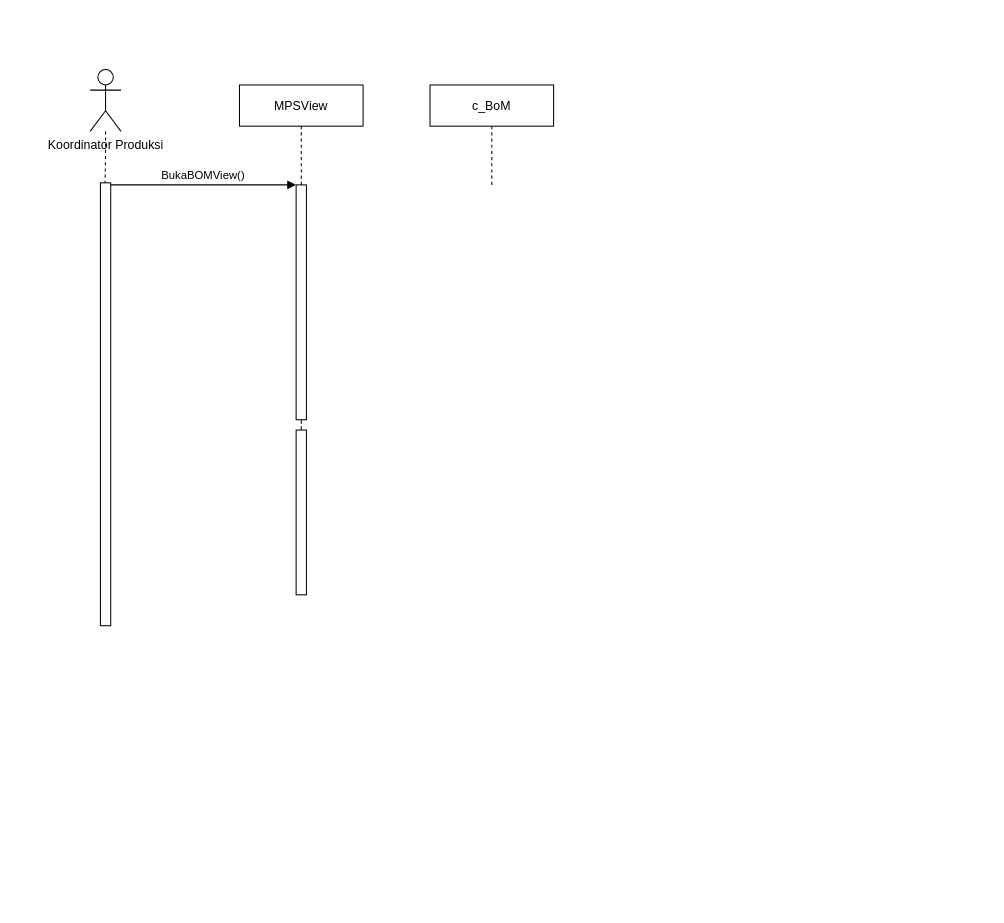
Above: page "Mengelola Data Bill of Material" (4 of 4) of Diagram Tanpa Judul.drawio in juanangelaalma/uml (draw.io), before the change. Source tidied: cells renumbered, new cells numbered last; positions are measured from the earlier drawing's top-left corner, leaving out a move shared by most shapes. Both pictures are drawn from the tidied source at 103%, with x=0, y=0 at pixel (90, 69).
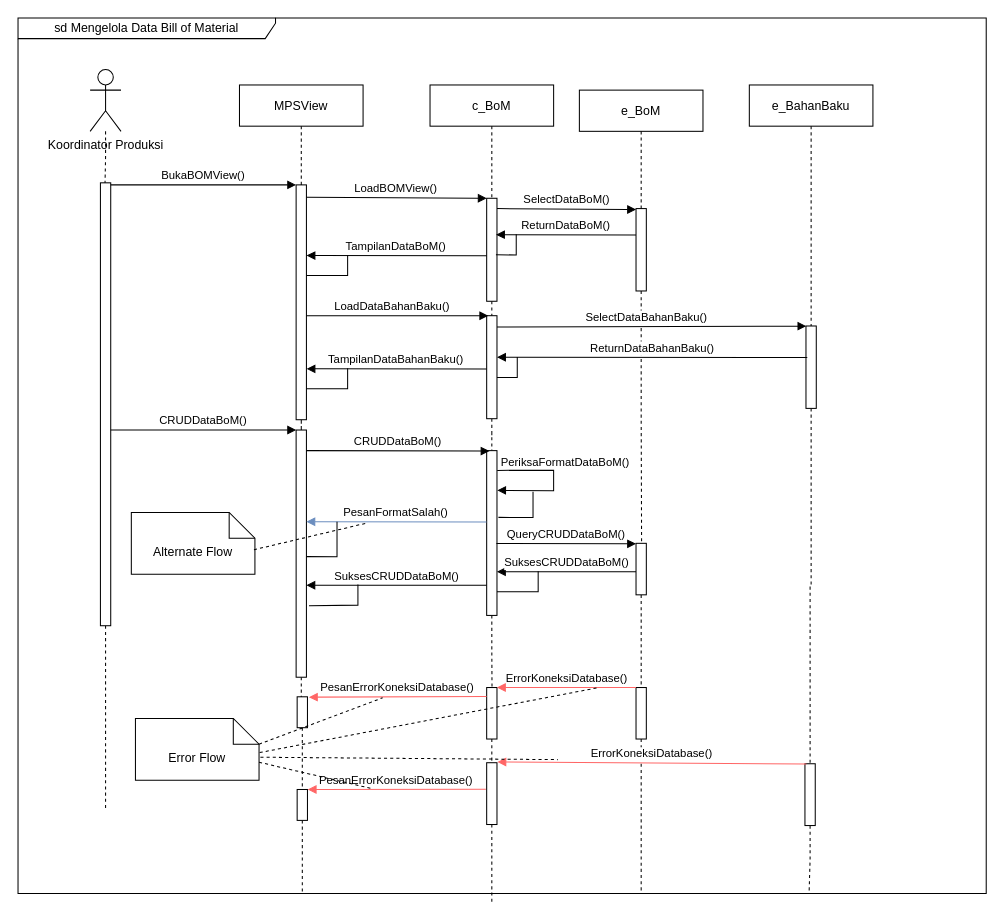
The same page after the edit.

The change refers to these unchanged cells:
```xml
<mxCell id="4" style="points=[];perimeter=orthogonalPerimeter;rounded=0;shadow=0;strokeWidth=1;" parent="1" vertex="1">
  <mxGeometry x="10" y="110" width="10" height="430" as="geometry" />
</mxCell>
<mxCell id="6" style="points=[];perimeter=orthogonalPerimeter;rounded=0;shadow=0;strokeWidth=1;" parent="1" vertex="1">
  <mxGeometry x="200" y="112" width="10" height="228" as="geometry" />
</mxCell>
```

The edit, as a diff of the source:
```diff
@@
+    <mxCell id="11" value="sd Mengelola Data Bill of Material" style="shape=umlFrame;whiteSpace=wrap;html=1;width=250;height=20;" parent="1" vertex="1">
+      <mxGeometry x="-70" y="-50" width="940" height="850" as="geometry" />
+    </mxCell>
@@
+    <mxCell id="12" style="edgeStyle=orthogonalEdgeStyle;rounded=0;jettySize=auto;html=1;startArrow=none;startFill=0;endArrow=none;endFill=0;dashed=1;" parent="1" edge="1" source="4">
+      <mxGeometry relative="1" as="geometry">
+        <mxPoint x="15" y="720" as="targetPoint" />
+      </mxGeometry>
+    </mxCell>
@@
+    <mxCell id="13" style="edgeStyle=orthogonalEdgeStyle;rounded=0;jettySize=auto;html=1;dashed=1;startArrow=none;startFill=0;endArrow=none;endFill=0;" parent="1" edge="1" source="9" target="53">
+      <mxGeometry relative="1" as="geometry" />
+    </mxCell>
     <mxCell id="9" style="points=[];perimeter=orthogonalPerimeter;rounded=0;shadow=0;strokeWidth=1;" parent="1" vertex="1">
-      <mxGeometry x="200" y="350" width="10" height="160" as="geometry" />
+      <mxGeometry x="200" y="350" width="10" height="240" as="geometry" />
     </mxCell>
     <mxCell id="10" value="c_BoM" style="shape=umlLifeline;perimeter=lifelinePerimeter;rounded=0;shadow=0;strokeWidth=1;" parent="1" vertex="1">
-      <mxGeometry x="330" y="15" width="120" height="100" as="geometry" />
+      <mxGeometry x="330" y="15" width="120" height="115" as="geometry" />
     </mxCell>
+    <mxCell id="14" value="LoadBOMView()" style="verticalAlign=bottom;endArrow=block;shadow=0;strokeWidth=1;exitX=1.007;exitY=0.053;exitDx=0;exitDy=0;exitPerimeter=0;" parent="10" edge="1" source="6">
+      <mxGeometry relative="1" as="geometry">
+        <mxPoint x="55" y="110" as="targetPoint" />
+      </mxGeometry>
+    </mxCell>
+    <mxCell id="15" value="CRUDDataBoM()" style="verticalAlign=bottom;endArrow=block;shadow=0;strokeWidth=1;exitX=1.015;exitY=-0.003;exitDx=0;exitDy=0;exitPerimeter=0;" parent="1" edge="1">
+      <mxGeometry relative="1" as="geometry">
+        <mxPoint x="20" y="350" as="sourcePoint" />
+        <mxPoint x="200" y="350" as="targetPoint" />
+      </mxGeometry>
+    </mxCell>
+    <mxCell id="16" style="edgeStyle=orthogonalEdgeStyle;rounded=0;jettySize=auto;html=1;entryX=0.423;entryY=0.005;entryDx=0;entryDy=0;entryPerimeter=0;dashed=1;startArrow=none;startFill=0;endArrow=none;endFill=0;" parent="1" edge="1" source="17" target="27">
+      <mxGeometry relative="1" as="geometry" />
+    </mxCell>
+    <mxCell id="17" style="points=[];perimeter=orthogonalPerimeter;rounded=0;shadow=0;strokeWidth=1;" parent="1" vertex="1">
+      <mxGeometry x="385" y="125" width="10" height="100" as="geometry" />
+    </mxCell>
+    <mxCell id="18" style="edgeStyle=orthogonalEdgeStyle;rounded=0;jettySize=auto;html=1;entryX=0.541;entryY=0.001;entryDx=0;entryDy=0;entryPerimeter=0;dashed=1;startArrow=none;startFill=0;endArrow=none;endFill=0;" parent="1" edge="1" source="19" target="41">
+      <mxGeometry relative="1" as="geometry" />
+    </mxCell>
+    <mxCell id="19" style="points=[];perimeter=orthogonalPerimeter;rounded=0;shadow=0;strokeWidth=1;" parent="1" vertex="1">
+      <mxGeometry x="530" y="135" width="10" height="80" as="geometry" />
+    </mxCell>
+    <mxCell id="20" value="SelectDataBoM()" style="verticalAlign=bottom;endArrow=block;shadow=0;strokeWidth=1;exitX=1.007;exitY=0.053;exitDx=0;exitDy=0;exitPerimeter=0;" parent="1" edge="1">
+      <mxGeometry relative="1" as="geometry">
+        <mxPoint x="395" y="135" as="sourcePoint" />
+        <mxPoint x="530" y="136" as="targetPoint" />
+      </mxGeometry>
+    </mxCell>
+    <mxCell id="21" value="ReturnDataBoM()" style="verticalAlign=bottom;endArrow=none;shadow=0;strokeWidth=1;endFill=0;startArrow=block;startFill=1;exitX=1.007;exitY=0.416;exitDx=0;exitDy=0;exitPerimeter=0;" parent="1" edge="1">
+      <mxGeometry relative="1" as="geometry">
+        <mxPoint x="394.1" y="160.3" as="sourcePoint" />
+        <mxPoint x="530" y="160.7" as="targetPoint" />
+      </mxGeometry>
+    </mxCell>
+    <mxCell id="22" style="endArrow=none;html=1;rounded=0;exitX=1.026;exitY=0.683;exitDx=0;exitDy=0;exitPerimeter=0;" parent="1" edge="1">
+      <mxGeometry relative="1" as="geometry">
+        <mxPoint x="394" y="179.9" as="sourcePoint" />
+        <mxPoint x="413.7" y="160" as="targetPoint" />
+        <Array as="points">
+          <mxPoint x="413.7" y="180" />
+        </Array>
+      </mxGeometry>
+    </mxCell>
+    <mxCell id="23" value="e_BahanBaku" style="shape=umlLifeline;perimeter=lifelinePerimeter;rounded=0;shadow=0;strokeWidth=1;" parent="1" vertex="1">
+      <mxGeometry x="640" y="15" width="120" height="235" as="geometry" />
+    </mxCell>
+    <mxCell id="24" value="TampilanDataBoM()" style="verticalAlign=bottom;endArrow=none;shadow=0;strokeWidth=1;endFill=0;startArrow=block;startFill=1;exitX=1.011;exitY=0.301;exitDx=0;exitDy=0;exitPerimeter=0;" parent="1" edge="1" source="6">
+      <mxGeometry relative="1" as="geometry">
+        <mxPoint x="385" y="180.7" as="targetPoint" />
+      </mxGeometry>
+    </mxCell>
+    <mxCell id="25" style="endArrow=none;html=1;rounded=0;" parent="1" edge="1">
+      <mxGeometry relative="1" as="geometry">
+        <mxPoint x="210" y="200" as="sourcePoint" />
+        <mxPoint x="250" y="180" as="targetPoint" />
+        <Array as="points">
+          <mxPoint x="250" y="200" />
+        </Array>
+      </mxGeometry>
+    </mxCell>
+    <mxCell id="26" style="edgeStyle=orthogonalEdgeStyle;rounded=0;jettySize=auto;html=1;dashed=1;startArrow=none;startFill=0;endArrow=none;endFill=0;" parent="1" edge="1" source="27" target="38">
+      <mxGeometry relative="1" as="geometry" />
+    </mxCell>
+    <mxCell id="27" style="points=[];perimeter=orthogonalPerimeter;rounded=0;shadow=0;strokeWidth=1;" parent="1" vertex="1">
+      <mxGeometry x="385" y="239" width="10" height="100" as="geometry" />
+    </mxCell>
+    <mxCell id="28" value="LoadDataBahanBaku()   " style="verticalAlign=bottom;endArrow=block;shadow=0;strokeWidth=1;entryX=0.152;entryY=0.001;entryDx=0;entryDy=0;entryPerimeter=0;" parent="1" edge="1" target="27">
+      <mxGeometry relative="1" as="geometry">
+        <mxPoint x="210" y="239" as="sourcePoint" />
+      </mxGeometry>
+    </mxCell>
+    <mxCell id="29" value="TampilanDataBahanBaku()" style="verticalAlign=bottom;endArrow=none;shadow=0;strokeWidth=1;endFill=0;startArrow=block;startFill=1;exitX=1.011;exitY=0.301;exitDx=0;exitDy=0;exitPerimeter=0;" parent="1" edge="1">
+      <mxGeometry relative="1" as="geometry">
+        <mxPoint x="210.1" y="290.6" as="sourcePoint" />
+        <mxPoint x="385" y="290.7" as="targetPoint" />
+      </mxGeometry>
+    </mxCell>
+    <mxCell id="30" style="endArrow=none;html=1;rounded=0;" parent="1" edge="1">
+      <mxGeometry relative="1" as="geometry">
+        <mxPoint x="210" y="310" as="sourcePoint" />
+        <mxPoint x="250" y="290" as="targetPoint" />
+        <Array as="points">
+          <mxPoint x="250" y="310" />
+        </Array>
+      </mxGeometry>
+    </mxCell>
+    <mxCell id="31" style="edgeStyle=orthogonalEdgeStyle;rounded=0;jettySize=auto;html=1;dashed=1;startArrow=none;startFill=0;endArrow=none;endFill=0;" parent="1" edge="1" source="32" target="62">
+      <mxGeometry relative="1" as="geometry" />
+    </mxCell>
+    <mxCell id="32" style="points=[];perimeter=orthogonalPerimeter;rounded=0;shadow=0;strokeWidth=1;" parent="1" vertex="1">
+      <mxGeometry x="695" y="249" width="10" height="80" as="geometry" />
+    </mxCell>
+    <mxCell id="33" value="SelectDataBahanBaku()   " style="verticalAlign=bottom;endArrow=block;shadow=0;strokeWidth=1;entryX=0.038;entryY=0.002;entryDx=0;entryDy=0;entryPerimeter=0;" parent="1" edge="1" target="32">
+      <mxGeometry relative="1" as="geometry">
+        <mxPoint x="395" y="250" as="sourcePoint" />
+      </mxGeometry>
+    </mxCell>
+    <mxCell id="34" value="ReturnDataBahanBaku()" style="verticalAlign=bottom;endArrow=none;shadow=0;strokeWidth=1;endFill=0;startArrow=block;startFill=1;exitX=1.007;exitY=0.416;exitDx=0;exitDy=0;exitPerimeter=0;entryX=0.126;entryY=0.383;entryDx=0;entryDy=0;entryPerimeter=0;" parent="1" edge="1" target="32">
+      <mxGeometry relative="1" as="geometry">
+        <mxPoint x="395.1" y="279.3" as="sourcePoint" />
+      </mxGeometry>
+    </mxCell>
+    <mxCell id="35" style="endArrow=none;html=1;rounded=0;exitX=1.026;exitY=0.683;exitDx=0;exitDy=0;exitPerimeter=0;" parent="1" edge="1">
+      <mxGeometry relative="1" as="geometry">
+        <mxPoint x="395" y="298.9" as="sourcePoint" />
+        <mxPoint x="414.7" y="279" as="targetPoint" />
+        <Array as="points">
+          <mxPoint x="414.7" y="299" />
+        </Array>
+      </mxGeometry>
+    </mxCell>
+    <mxCell id="36" value="e_BoM" style="shape=umlLifeline;perimeter=lifelinePerimeter;rounded=0;shadow=0;strokeWidth=1;" parent="1" vertex="1">
+      <mxGeometry x="475" y="20" width="120" height="115" as="geometry" />
+    </mxCell>
+    <mxCell id="37" style="edgeStyle=orthogonalEdgeStyle;rounded=0;jettySize=auto;html=1;entryX=0.518;entryY=-0.002;entryDx=0;entryDy=0;entryPerimeter=0;dashed=1;startArrow=none;startFill=0;endArrow=none;endFill=0;" parent="1" edge="1" source="38" target="59">
+      <mxGeometry relative="1" as="geometry" />
+    </mxCell>
+    <mxCell id="38" style="points=[];perimeter=orthogonalPerimeter;rounded=0;shadow=0;strokeWidth=1;" parent="1" vertex="1">
+      <mxGeometry x="385" y="370" width="10" height="160" as="geometry" />
+    </mxCell>
+    <mxCell id="39" value="CRUDDataBoM()" style="verticalAlign=bottom;endArrow=block;shadow=0;strokeWidth=1;exitX=1.015;exitY=-0.003;exitDx=0;exitDy=0;exitPerimeter=0;entryX=0.276;entryY=0.003;entryDx=0;entryDy=0;entryPerimeter=0;" parent="1" edge="1" target="38">
+      <mxGeometry relative="1" as="geometry">
+        <mxPoint x="210" y="370" as="sourcePoint" />
+      </mxGeometry>
+    </mxCell>
+    <mxCell id="40" style="edgeStyle=orthogonalEdgeStyle;rounded=0;jettySize=auto;html=1;dashed=1;startArrow=none;startFill=0;endArrow=none;endFill=0;" parent="1" edge="1" source="41" target="57">
+      <mxGeometry relative="1" as="geometry" />
+    </mxCell>
+    <mxCell id="41" style="points=[];perimeter=orthogonalPerimeter;rounded=0;shadow=0;strokeWidth=1;" parent="1" vertex="1">
+      <mxGeometry x="530" y="460" width="10" height="50" as="geometry" />
+    </mxCell>
+    <mxCell id="42" value="PesanFormatSalah()" style="verticalAlign=bottom;endArrow=none;shadow=0;strokeWidth=1;exitX=0.981;exitY=0.652;exitDx=0;exitDy=0;exitPerimeter=0;endFill=0;startArrow=block;startFill=1;fillColor=#dae8fc;strokeColor=#6c8ebf;entryX=-0.017;entryY=0.315;entryDx=0;entryDy=0;entryPerimeter=0;" parent="1" edge="1">
+      <mxGeometry relative="1" as="geometry">
+        <mxPoint x="210" y="439" as="sourcePoint" />
+        <mxPoint x="384.8" y="439.4" as="targetPoint" />
+      </mxGeometry>
+    </mxCell>
+    <mxCell id="43" style="endArrow=none;html=1;rounded=0;strokeColor=#000000;entryX=1.03;entryY=0.295;entryDx=0;entryDy=0;entryPerimeter=0;endFill=0;" parent="1" edge="1">
+      <mxGeometry relative="1" as="geometry">
+        <mxPoint x="239.7" y="439" as="sourcePoint" />
+        <mxPoint x="210" y="472.9" as="targetPoint" />
+        <Array as="points">
+          <mxPoint x="239.7" y="449" />
+          <mxPoint x="239.7" y="473" />
+        </Array>
+      </mxGeometry>
+    </mxCell>
+    <mxCell id="44" style="endArrow=none;html=1;rounded=0;entryX=1.021;entryY=0.12;entryDx=0;entryDy=0;entryPerimeter=0;exitX=1.021;exitY=0.241;exitDx=0;exitDy=0;exitPerimeter=0;startArrow=block;startFill=1;" parent="1" edge="1" source="38" target="38">
+      <mxGeometry relative="1" as="geometry">
+        <Array as="points">
+          <mxPoint x="450" y="409" />
+          <mxPoint x="450" y="389" />
+        </Array>
+      </mxGeometry>
+    </mxCell>
+    <mxCell id="45" value="PeriksaFormatDataBoM()" style="edgeLabel;html=1;align=center;verticalAlign=middle;" parent="44" vertex="1">
+      <mxGeometry x="0.67" relative="1" as="geometry">
+        <mxPoint x="44" y="-9" as="offset" />
+      </mxGeometry>
+    </mxCell>
+    <mxCell id="46" style="endArrow=none;html=1;rounded=0;exitX=1.141;exitY=0.405;exitDx=0;exitDy=0;exitPerimeter=0;" parent="1" edge="1" source="38">
+      <mxGeometry relative="1" as="geometry">
+        <mxPoint x="430" y="410" as="targetPoint" />
+        <Array as="points">
+          <mxPoint x="430" y="435" />
+        </Array>
+      </mxGeometry>
+    </mxCell>
+    <mxCell id="47" style="endArrow=none;html=1;rounded=0;" parent="1" edge="1">
+      <mxGeometry relative="1" as="geometry">
+        <mxPoint x="395" y="507" as="sourcePoint" />
+        <mxPoint x="435" y="487" as="targetPoint" />
+        <Array as="points">
+          <mxPoint x="435" y="507" />
+        </Array>
+      </mxGeometry>
+    </mxCell>
+    <mxCell id="48" value="SuksesCRUDDataBoM()" style="verticalAlign=bottom;endArrow=none;shadow=0;strokeWidth=1;endFill=0;startArrow=block;startFill=1;exitX=1.003;exitY=0.66;exitDx=0;exitDy=0;exitPerimeter=0;" parent="1" edge="1">
+      <mxGeometry relative="1" as="geometry">
+        <mxPoint x="395" y="487.6" as="sourcePoint" />
+        <mxPoint x="530" y="487.7" as="targetPoint" />
+      </mxGeometry>
+    </mxCell>
+    <mxCell id="49" value="QueryCRUDDataBoM()" style="verticalAlign=bottom;endArrow=block;shadow=0;strokeWidth=1;entryX=0.276;entryY=0.003;entryDx=0;entryDy=0;entryPerimeter=0;exitX=0.949;exitY=0.564;exitDx=0;exitDy=0;exitPerimeter=0;" parent="1" edge="1" source="38">
+      <mxGeometry relative="1" as="geometry">
+        <mxPoint x="530" y="460.5" as="targetPoint" />
+      </mxGeometry>
+    </mxCell>
+    <mxCell id="50" value="SuksesCRUDDataBoM()" style="verticalAlign=bottom;endArrow=none;shadow=0;strokeWidth=1;endFill=0;startArrow=block;startFill=1;" parent="1" edge="1" source="9">
+      <mxGeometry relative="1" as="geometry">
+        <mxPoint x="385" y="500.7" as="targetPoint" />
+      </mxGeometry>
+    </mxCell>
+    <mxCell id="51" style="endArrow=none;html=1;rounded=0;exitX=1.252;exitY=0.711;exitDx=0;exitDy=0;exitPerimeter=0;" parent="1" edge="1" source="9">
+      <mxGeometry relative="1" as="geometry">
+        <mxPoint x="260" y="500" as="targetPoint" />
+        <Array as="points">
+          <mxPoint x="260" y="520" />
+        </Array>
+      </mxGeometry>
+    </mxCell>
+    <mxCell id="52" style="edgeStyle=orthogonalEdgeStyle;rounded=0;jettySize=auto;html=1;dashed=1;startArrow=none;startFill=0;endArrow=none;endFill=0;" parent="1" edge="1" source="53" target="55">
+      <mxGeometry relative="1" as="geometry" />
+    </mxCell>
+    <mxCell id="53" style="points=[];perimeter=orthogonalPerimeter;rounded=0;shadow=0;strokeWidth=1;" parent="1" vertex="1">
+      <mxGeometry x="201" y="609" width="10" height="30" as="geometry" />
+    </mxCell>
+    <mxCell id="54" style="edgeStyle=orthogonalEdgeStyle;rounded=0;jettySize=auto;html=1;dashed=1;startArrow=none;startFill=0;endArrow=none;endFill=0;" parent="1" edge="1" source="55">
+      <mxGeometry relative="1" as="geometry">
+        <mxPoint x="206" y="800" as="targetPoint" />
+      </mxGeometry>
+    </mxCell>
+    <mxCell id="55" style="points=[];perimeter=orthogonalPerimeter;rounded=0;shadow=0;strokeWidth=1;" parent="1" vertex="1">
+      <mxGeometry x="201" y="699" width="10" height="30" as="geometry" />
+    </mxCell>
+    <mxCell id="56" style="edgeStyle=orthogonalEdgeStyle;rounded=0;orthogonalLoop=1;jettySize=auto;html=1;dashed=1;strokeColor=#000000;startArrow=none;startFill=0;endArrow=none;endFill=0;" parent="1" edge="1">
+      <mxGeometry relative="1" as="geometry">
+        <mxPoint x="535" y="650" as="sourcePoint" />
+        <mxPoint x="535" y="800" as="targetPoint" />
+        <Array as="points">
+          <mxPoint x="535" y="800" />
+        </Array>
+      </mxGeometry>
+    </mxCell>
+    <mxCell id="57" style="points=[];perimeter=orthogonalPerimeter;rounded=0;shadow=0;strokeWidth=1;" parent="1" vertex="1">
+      <mxGeometry x="530" y="600" width="10" height="50" as="geometry" />
+    </mxCell>
+    <mxCell id="58" style="edgeStyle=orthogonalEdgeStyle;rounded=0;jettySize=auto;html=1;entryX=0.521;entryY=0.007;entryDx=0;entryDy=0;entryPerimeter=0;dashed=1;strokeColor=#000000;startArrow=none;startFill=0;endArrow=none;endFill=0;" parent="1" edge="1" source="59" target="64">
+      <mxGeometry relative="1" as="geometry" />
+    </mxCell>
+    <mxCell id="59" style="points=[];perimeter=orthogonalPerimeter;rounded=0;shadow=0;strokeWidth=1;" parent="1" vertex="1">
+      <mxGeometry x="385" y="600" width="10" height="50" as="geometry" />
+    </mxCell>
+    <mxCell id="60" value="ErrorKoneksiDatabase()" style="verticalAlign=bottom;endArrow=none;shadow=0;strokeWidth=1;endFill=0;startArrow=block;startFill=1;fillColor=#ffe6cc;strokeColor=#FF6666;" parent="1" edge="1">
+      <mxGeometry relative="1" as="geometry">
+        <mxPoint x="395" y="600" as="sourcePoint" />
+        <mxPoint x="530" y="600" as="targetPoint" />
+      </mxGeometry>
+    </mxCell>
+    <mxCell id="61" style="edgeStyle=orthogonalEdgeStyle;rounded=0;jettySize=auto;html=1;dashed=1;strokeColor=#000000;startArrow=none;startFill=0;endArrow=none;endFill=0;" parent="1" edge="1" source="62">
+      <mxGeometry relative="1" as="geometry">
+        <mxPoint x="698" y="800" as="targetPoint" />
+      </mxGeometry>
+    </mxCell>
+    <mxCell id="62" style="points=[];perimeter=orthogonalPerimeter;rounded=0;shadow=0;strokeWidth=1;" parent="1" vertex="1">
+      <mxGeometry x="694" y="674" width="10" height="60" as="geometry" />
+    </mxCell>
+    <mxCell id="63" style="edgeStyle=orthogonalEdgeStyle;rounded=0;jettySize=auto;html=1;dashed=1;startArrow=none;startFill=0;endArrow=none;endFill=0;" parent="1" edge="1" source="64">
+      <mxGeometry relative="1" as="geometry">
+        <mxPoint x="390" y="810" as="targetPoint" />
+      </mxGeometry>
+    </mxCell>
+    <mxCell id="64" style="points=[];perimeter=orthogonalPerimeter;rounded=0;shadow=0;strokeWidth=1;" parent="1" vertex="1">
+      <mxGeometry x="385" y="673" width="10" height="60" as="geometry" />
+    </mxCell>
+    <mxCell id="65" value="ErrorKoneksiDatabase()" style="verticalAlign=bottom;endArrow=none;entryX=0.145;entryY=0.005;shadow=0;strokeWidth=1;entryDx=0;entryDy=0;entryPerimeter=0;endFill=0;startArrow=block;startFill=1;fillColor=#ffe6cc;strokeColor=#FF6666;exitX=1.046;exitY=-0.012;exitDx=0;exitDy=0;exitPerimeter=0;" parent="1" edge="1" source="64" target="62">
+      <mxGeometry relative="1" as="geometry" />
+    </mxCell>
+    <mxCell id="66" value="PesanErrorKoneksiDatabase()" style="verticalAlign=bottom;endArrow=none;entryX=-0.008;entryY=0.175;shadow=0;strokeWidth=1;entryDx=0;entryDy=0;entryPerimeter=0;endFill=0;startArrow=block;startFill=1;fillColor=#ffe6cc;strokeColor=#FF6666;exitX=1.143;exitY=0.012;exitDx=0;exitDy=0;exitPerimeter=0;" parent="1" edge="1" source="53" target="59">
+      <mxGeometry relative="1" as="geometry" />
+    </mxCell>
+    <mxCell id="67" value="PesanErrorKoneksiDatabase()" style="verticalAlign=bottom;endArrow=none;entryX=-0.078;entryY=0.429;shadow=0;strokeWidth=1;entryDx=0;entryDy=0;entryPerimeter=0;endFill=0;startArrow=block;startFill=1;fillColor=#ffe6cc;strokeColor=#FF6666;exitX=1.027;exitY=0;exitDx=0;exitDy=0;exitPerimeter=0;" parent="1" edge="1" source="55" target="64">
+      <mxGeometry relative="1" as="geometry" />
+    </mxCell>
+    <mxCell id="68" value="Error Flow" style="shape=note2;boundedLbl=1;whiteSpace=wrap;html=1;size=25;verticalAlign=top;align=center;" parent="1" vertex="1">
+      <mxGeometry x="44" y="630" width="120" height="60" as="geometry" />
+    </mxCell>
+    <mxCell id="69" style="endArrow=none;html=1;rounded=0;dashed=1;strokeColor=#000000;exitX=0;exitY=0;exitDx=120;exitDy=25;exitPerimeter=0;" parent="1" edge="1" source="68">
+      <mxGeometry relative="1" as="geometry">
+        <mxPoint x="284" y="610" as="targetPoint" />
+      </mxGeometry>
+    </mxCell>
+    <mxCell id="70" style="endArrow=none;html=1;rounded=0;dashed=1;strokeColor=#000000;exitX=1.005;exitY=0.553;exitDx=0;exitDy=0;exitPerimeter=0;" parent="1" edge="1" source="68">
+      <mxGeometry relative="1" as="geometry">
+        <mxPoint x="494" y="600" as="targetPoint" />
+      </mxGeometry>
+    </mxCell>
+    <mxCell id="71" style="endArrow=none;html=1;rounded=0;dashed=1;strokeColor=#000000;exitX=0;exitY=0;exitDx=120;exitDy=42.5;exitPerimeter=0;" parent="1" edge="1" source="68">
+      <mxGeometry relative="1" as="geometry">
+        <mxPoint x="273" y="698" as="targetPoint" />
+      </mxGeometry>
+    </mxCell>
+    <mxCell id="72" style="endArrow=none;html=1;rounded=0;dashed=1;strokeColor=#000000;exitX=1.011;exitY=0.628;exitDx=0;exitDy=0;exitPerimeter=0;" parent="1" edge="1" source="68">
+      <mxGeometry relative="1" as="geometry">
+        <mxPoint x="454" y="670" as="targetPoint" />
+      </mxGeometry>
+    </mxCell>
+    <mxCell id="73" value="Alternate Flow" style="shape=note2;boundedLbl=1;whiteSpace=wrap;html=1;size=25;verticalAlign=top;align=center;" parent="1" vertex="1">
+      <mxGeometry x="40" y="430" width="120" height="60" as="geometry" />
+    </mxCell>
+    <mxCell id="74" style="endArrow=none;dashed=1;html=1;rounded=0;exitX=0.992;exitY=0.604;exitDx=0;exitDy=0;exitPerimeter=0;" parent="1" edge="1" source="73">
+      <mxGeometry relative="1" as="geometry">
+        <mxPoint x="270" y="440" as="targetPoint" />
+      </mxGeometry>
+    </mxCell>
```
